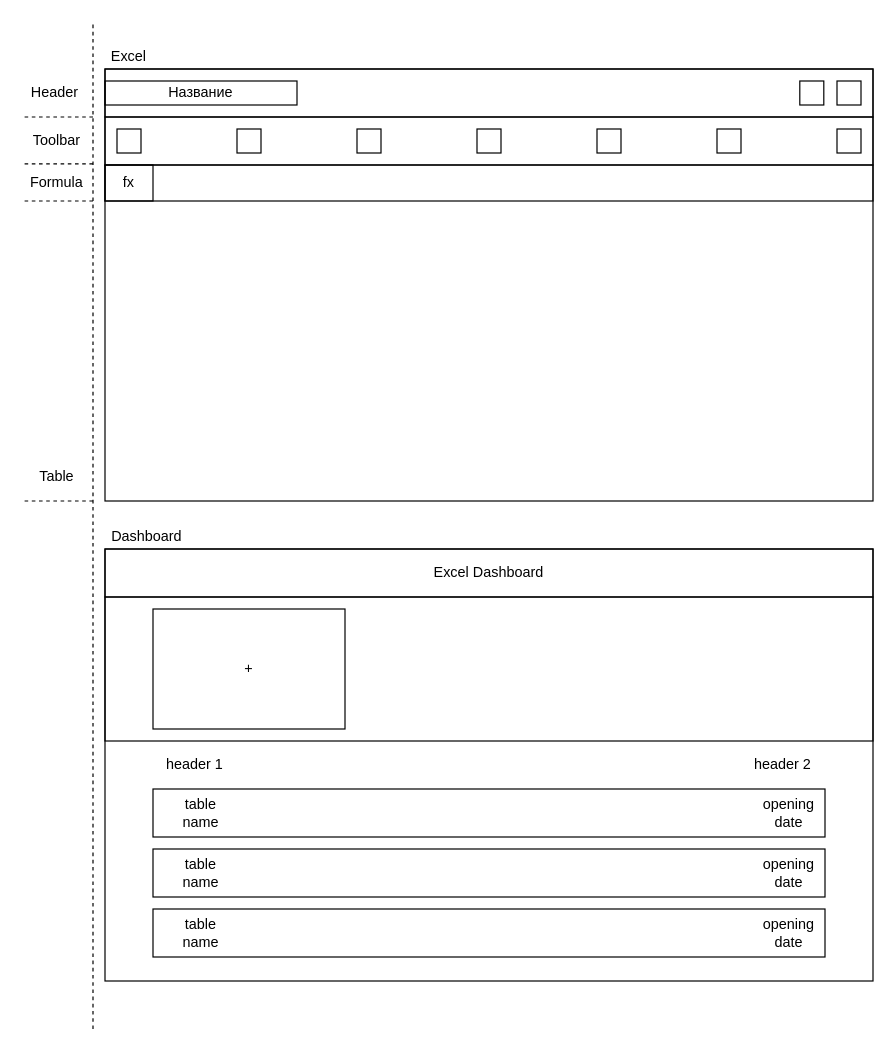
ilyabaykalov/excel-course keeps this draw.io diagram as excel.drawio. Above is the earlier version. Source tidied: cells renumbered, new cells numbered last; positions are measured from the earlier drawing's top-left corner, leaving out a move shared by most shapes. Both pictures are drawn from the tidied source at 120%, with x=0, y=0 at pixel (20, 20).
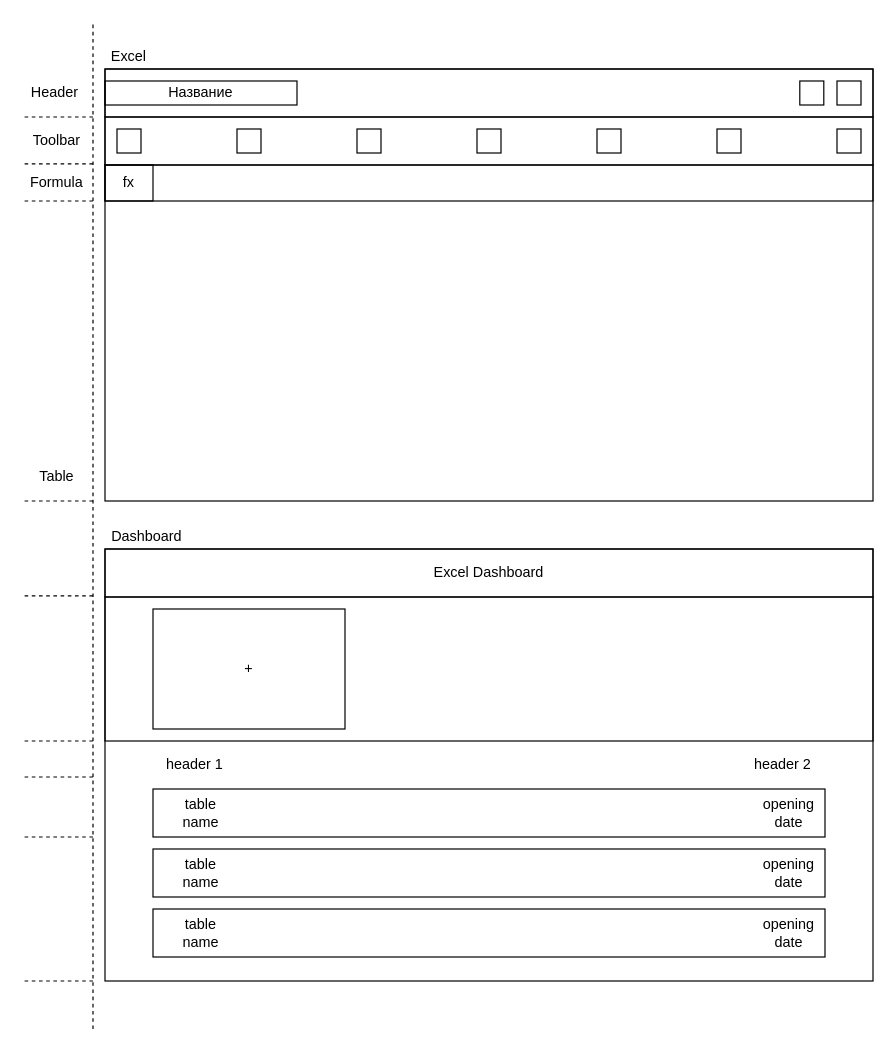
After the change.

Change to the diagram source:
```diff
@@
+    <mxCell id="43" style="endArrow=none;dashed=1;html=1;" parent="1" edge="1">
+      <mxGeometry relative="1" as="geometry">
+        <mxPoint x="60" y="479.1" as="sourcePoint" />
+        <mxPoint y="479.1" as="targetPoint" />
+      </mxGeometry>
+    </mxCell>
+    <mxCell id="44" style="endArrow=none;dashed=1;html=1;" parent="1" edge="1">
+      <mxGeometry relative="1" as="geometry">
+        <mxPoint x="60" y="600" as="sourcePoint" />
+        <mxPoint y="600" as="targetPoint" />
+      </mxGeometry>
+    </mxCell>
+    <mxCell id="45" style="endArrow=none;dashed=1;html=1;" parent="1" edge="1">
+      <mxGeometry relative="1" as="geometry">
+        <mxPoint x="60" y="680" as="sourcePoint" />
+        <mxPoint y="680" as="targetPoint" />
+      </mxGeometry>
+    </mxCell>
+    <mxCell id="46" style="endArrow=none;dashed=1;html=1;" parent="1" edge="1">
+      <mxGeometry relative="1" as="geometry">
+        <mxPoint x="60" y="630" as="sourcePoint" />
+        <mxPoint y="630" as="targetPoint" />
+      </mxGeometry>
+    </mxCell>
+    <mxCell id="47" style="endArrow=none;dashed=1;html=1;" parent="1" edge="1">
+      <mxGeometry relative="1" as="geometry">
+        <mxPoint x="60" y="800" as="sourcePoint" />
+        <mxPoint y="800" as="targetPoint" />
+      </mxGeometry>
+    </mxCell>
```
